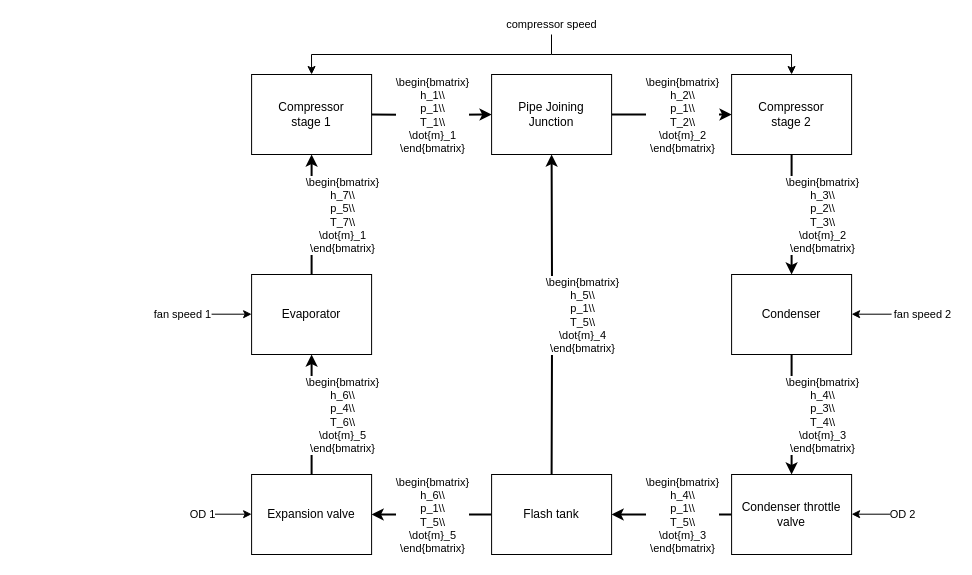
This is Graphics/Block_Diagram.drawio from kasperlaustsen/CA8_Writings, a draw.io file, before an edit. Source tidied: cells renumbered, new cells numbered last; positions are measured from the earlier drawing's top-left corner, leaving out a move shared by most shapes. Both pictures are drawn from the tidied source at 100%, with x=0, y=0 at pixel (211, 34).
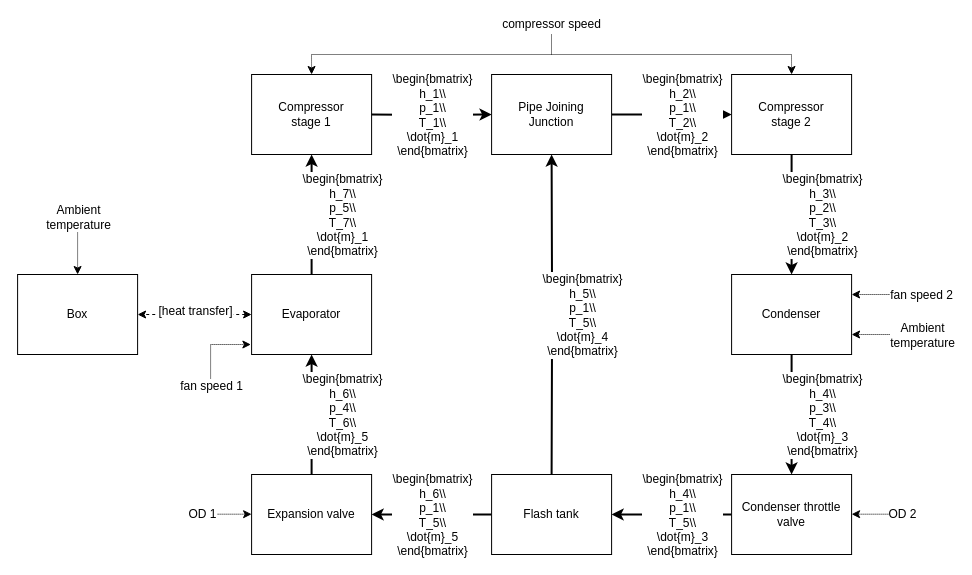
The same diagram, later.

The edit, as a diff of the source:
```diff
@@
-    <mxCell id="2" value="Compressor &lt;br&gt;stage 1" style="rounded=0;whiteSpace=wrap;html=1;" parent="1" vertex="1">
+    <mxCell id="2" value="Compressor &lt;br style=&quot;font-size: 12px;&quot;&gt;stage 1" style="rounded=0;whiteSpace=wrap;html=1;fontSize=12;" parent="1" vertex="1">
       <mxGeometry x="40.1" y="40" width="120" height="80" as="geometry" />
     </mxCell>
-    <mxCell id="3" style="edgeStyle=orthogonalEdgeStyle;rounded=0;jettySize=auto;html=1;strokeWidth=2;" parent="1" edge="1" source="4" target="6">
+    <mxCell id="3" style="edgeStyle=orthogonalEdgeStyle;rounded=0;jettySize=auto;html=1;strokeWidth=2;fontSize=12;" parent="1" edge="1" source="4" target="6">
       <mxGeometry relative="1" as="geometry" />
     </mxCell>
-    <mxCell id="4" value="&lt;span&gt;Compressor &lt;br&gt;stage 2&lt;/span&gt;" style="rounded=0;whiteSpace=wrap;html=1;" parent="1" vertex="1">
+    <mxCell id="4" value="&lt;span style=&quot;font-size: 12px;&quot;&gt;Compressor &lt;br style=&quot;font-size: 12px;&quot;&gt;stage 2&lt;/span&gt;" style="rounded=0;whiteSpace=wrap;html=1;fontSize=12;" parent="1" vertex="1">
       <mxGeometry x="520.1" y="40" width="120" height="80" as="geometry" />
     </mxCell>
-    <mxCell id="5" style="edgeStyle=orthogonalEdgeStyle;rounded=0;jettySize=auto;html=1;entryX=0.5;entryY=0;entryDx=0;entryDy=0;strokeWidth=2;" parent="1" edge="1" source="6" target="8">
+    <mxCell id="5" style="edgeStyle=orthogonalEdgeStyle;rounded=0;jettySize=auto;html=1;entryX=0.5;entryY=0;entryDx=0;entryDy=0;strokeWidth=2;fontSize=12;" parent="1" edge="1" source="6" target="8">
       <mxGeometry relative="1" as="geometry" />
     </mxCell>
-    <mxCell id="6" value="Condenser" style="rounded=0;whiteSpace=wrap;html=1;" parent="1" vertex="1">
+    <mxCell id="6" value="Condenser" style="rounded=0;whiteSpace=wrap;html=1;fontSize=12;" parent="1" vertex="1">
       <mxGeometry x="520.1" y="240" width="120" height="80" as="geometry" />
     </mxCell>
-    <mxCell id="7" style="edgeStyle=orthogonalEdgeStyle;rounded=0;jettySize=auto;html=1;entryX=1;entryY=0.5;entryDx=0;entryDy=0;strokeWidth=2;" parent="1" edge="1" source="8" target="10">
+    <mxCell id="7" style="edgeStyle=orthogonalEdgeStyle;rounded=0;jettySize=auto;html=1;entryX=1;entryY=0.5;entryDx=0;entryDy=0;strokeWidth=2;fontSize=12;" parent="1" edge="1" source="8" target="10">
       <mxGeometry relative="1" as="geometry" />
     </mxCell>
-    <mxCell id="8" value="Condenser throttle valve" style="rounded=0;whiteSpace=wrap;html=1;" parent="1" vertex="1">
+    <mxCell id="8" value="Condenser throttle valve" style="rounded=0;whiteSpace=wrap;html=1;fontSize=12;" parent="1" vertex="1">
       <mxGeometry x="520.1" y="440" width="120" height="80" as="geometry" />
     </mxCell>
-    <mxCell id="9" style="edgeStyle=orthogonalEdgeStyle;rounded=0;jettySize=auto;html=1;entryX=1;entryY=0.5;entryDx=0;entryDy=0;strokeWidth=2;" parent="1" edge="1" source="10" target="14">
+    <mxCell id="9" style="edgeStyle=orthogonalEdgeStyle;rounded=0;jettySize=auto;html=1;entryX=1;entryY=0.5;entryDx=0;entryDy=0;strokeWidth=2;fontSize=12;" parent="1" edge="1" source="10" target="14">
       <mxGeometry relative="1" as="geometry" />
     </mxCell>
-    <mxCell id="10" value="Flash tank" style="rounded=0;whiteSpace=wrap;html=1;" parent="1" vertex="1">
+    <mxCell id="10" value="Flash tank" style="rounded=0;whiteSpace=wrap;html=1;fontSize=12;" parent="1" vertex="1">
       <mxGeometry x="280.1" y="440" width="120" height="80" as="geometry" />
     </mxCell>
-    <mxCell id="11" style="edgeStyle=orthogonalEdgeStyle;rounded=0;jettySize=auto;html=1;entryX=0.5;entryY=1;entryDx=0;entryDy=0;strokeWidth=2;" parent="1" edge="1" source="12" target="2">
+    <mxCell id="11" style="edgeStyle=orthogonalEdgeStyle;rounded=0;jettySize=auto;html=1;entryX=0.5;entryY=1;entryDx=0;entryDy=0;strokeWidth=2;fontSize=12;" parent="1" edge="1" source="12" target="2">
       <mxGeometry relative="1" as="geometry" />
     </mxCell>
-    <mxCell id="12" value="Evaporator" style="rounded=0;whiteSpace=wrap;html=1;" parent="1" vertex="1">
+    <mxCell id="12" value="Evaporator" style="rounded=0;whiteSpace=wrap;html=1;fontSize=12;" parent="1" vertex="1">
       <mxGeometry x="40.1" y="240" width="120" height="80" as="geometry" />
     </mxCell>
-    <mxCell id="13" style="edgeStyle=orthogonalEdgeStyle;rounded=0;jettySize=auto;html=1;entryX=0.5;entryY=1;entryDx=0;entryDy=0;strokeWidth=2;" parent="1" edge="1" source="14" target="12">
+    <mxCell id="13" style="edgeStyle=orthogonalEdgeStyle;rounded=0;jettySize=auto;html=1;entryX=0.5;entryY=1;entryDx=0;entryDy=0;strokeWidth=2;fontSize=12;" parent="1" edge="1" source="14" target="12">
       <mxGeometry relative="1" as="geometry" />
     </mxCell>
-    <mxCell id="14" value="Expansion valve" style="rounded=0;whiteSpace=wrap;html=1;" parent="1" vertex="1">
+    <mxCell id="14" value="Expansion valve" style="rounded=0;whiteSpace=wrap;html=1;fontSize=12;" parent="1" vertex="1">
       <mxGeometry x="40.1" y="440" width="120" height="80" as="geometry" />
     </mxCell>
-    <mxCell id="15" style="endArrow=classic;html=1;rounded=0;entryX=0;entryY=0.5;entryDx=0;entryDy=0;" parent="1" edge="1">
+    <mxCell id="15" style="endArrow=classic;html=1;rounded=0;entryX=-0.006;entryY=0.875;entryDx=0;entryDy=0;fontSize=12;edgeStyle=orthogonalEdgeStyle;entryPerimeter=0;dashed=1;dashPattern=1 1;" parent="1" edge="1" target="12">
       <mxGeometry relative="1" as="geometry">
-        <mxPoint x="0.1" y="279.7" as="sourcePoint" />
-        <mxPoint x="40.1" y="279.7" as="targetPoint" />
+        <mxPoint x="-0.9" y="345" as="sourcePoint" />
+        <Array as="points">
+          <mxPoint x="-0.9" y="310" />
+        </Array>
       </mxGeometry>
     </mxCell>
-    <mxCell id="16" value="fan speed 1" style="edgeLabel;html=1;align=center;verticalAlign=middle;" parent="15" vertex="1">
+    <mxCell id="16" value="fan speed 1" style="edgeLabel;html=1;align=center;verticalAlign=middle;fontSize=12;" parent="15" vertex="1">
       <mxGeometry x="-0.46" y="-1" relative="1" as="geometry">
-        <mxPoint x="-41" y="-1" as="offset" />
+        <mxPoint x="-1" y="26" as="offset" />
       </mxGeometry>
     </mxCell>
-    <mxCell id="17" style="endArrow=classic;html=1;rounded=0;entryX=1;entryY=0.5;entryDx=0;entryDy=0;" parent="1" edge="1">
+    <mxCell id="17" style="endArrow=classic;html=1;rounded=0;entryX=1;entryY=0.25;entryDx=0;entryDy=0;fontSize=12;dashed=1;dashPattern=1 1;" parent="1" edge="1" target="6">
       <mxGeometry relative="1" as="geometry">
-        <mxPoint x="680.1" y="279.7" as="sourcePoint" />
-        <mxPoint x="640.1" y="279.7" as="targetPoint" />
+        <mxPoint x="679.1" y="260" as="sourcePoint" />
       </mxGeometry>
     </mxCell>
-    <mxCell id="18" value="fan speed 2" style="edgeLabel;html=1;align=center;verticalAlign=middle;" parent="17" vertex="1">
+    <mxCell id="18" value="fan speed 2" style="edgeLabel;html=1;align=center;verticalAlign=middle;fontSize=12;" parent="17" vertex="1">
       <mxGeometry x="-0.46" y="-1" relative="1" as="geometry">
         <mxPoint x="41" y="1" as="offset" />
       </mxGeometry>
     </mxCell>
-    <mxCell id="19" style="endArrow=classic;html=1;rounded=0;entryX=0;entryY=0.5;entryDx=0;entryDy=0;" parent="1" edge="1">
+    <mxCell id="19" style="endArrow=classic;html=1;rounded=0;entryX=0;entryY=0.5;entryDx=0;entryDy=0;fontSize=12;dashed=1;dashPattern=1 1;" parent="1" edge="1">
       <mxGeometry relative="1" as="geometry">
         <mxPoint x="0.1" y="479.7" as="sourcePoint" />
         <mxPoint x="40.1" y="479.7" as="targetPoint" />
       </mxGeometry>
     </mxCell>
-    <mxCell id="20" value="OD 1" style="edgeLabel;html=1;align=center;verticalAlign=middle;" parent="19" vertex="1">
+    <mxCell id="20" value="OD 1" style="edgeLabel;html=1;align=center;verticalAlign=middle;fontSize=12;" parent="19" vertex="1">
       <mxGeometry x="-0.46" y="-1" relative="1" as="geometry">
         <mxPoint x="-21" y="-1" as="offset" />
       </mxGeometry>
     </mxCell>
-    <mxCell id="21" style="endArrow=classic;html=1;rounded=0;entryX=1;entryY=0.5;entryDx=0;entryDy=0;" parent="1" edge="1">
+    <mxCell id="21" style="endArrow=classic;html=1;rounded=0;entryX=1;entryY=0.5;entryDx=0;entryDy=0;fontSize=12;dashed=1;dashPattern=1 1;" parent="1" edge="1">
       <mxGeometry relative="1" as="geometry">
         <mxPoint x="680.1" y="479.7" as="sourcePoint" />
         <mxPoint x="640.1" y="479.7" as="targetPoint" />
       </mxGeometry>
     </mxCell>
-    <mxCell id="22" value="OD 2" style="edgeLabel;html=1;align=center;verticalAlign=middle;" parent="21" vertex="1">
+    <mxCell id="22" value="OD 2" style="edgeLabel;html=1;align=center;verticalAlign=middle;fontSize=12;" parent="21" vertex="1">
       <mxGeometry x="-0.46" y="-1" relative="1" as="geometry">
         <mxPoint x="21" y="1" as="offset" />
       </mxGeometry>
     </mxCell>
-    <mxCell id="23" style="endArrow=classic;html=1;rounded=0;entryX=0.5;entryY=0;entryDx=0;entryDy=0;" parent="1" edge="1" target="2">
+    <mxCell id="23" style="endArrow=classic;html=1;rounded=0;entryX=0.5;entryY=0;entryDx=0;entryDy=0;fontSize=12;dashed=1;dashPattern=1 1;" parent="1" edge="1" target="2">
       <mxGeometry relative="1" as="geometry">
         <mxPoint x="340" y="20" as="sourcePoint" />
         <Array as="points">
           <mxPoint x="100" y="20" />
         </Array>
       </mxGeometry>
     </mxCell>
-    <mxCell id="24" style="endArrow=classic;html=1;rounded=0;entryX=0.5;entryY=0;entryDx=0;entryDy=0;" parent="1" edge="1" target="4">
+    <mxCell id="24" style="endArrow=classic;html=1;rounded=0;entryX=0.5;entryY=0;entryDx=0;entryDy=0;fontSize=12;dashed=1;dashPattern=1 1;" parent="1" edge="1" target="4">
       <mxGeometry relative="1" as="geometry">
         <mxPoint x="340" y="20" as="sourcePoint" />
         <Array as="points">
           <mxPoint x="580" y="20" />
         </Array>
       </mxGeometry>
     </mxCell>
-    <mxCell id="25" value="compressor speed" style="edgeStyle=orthogonalEdgeStyle;rounded=0;orthogonalLoop=1;jettySize=auto;html=1;endArrow=none;endFill=0;" parent="1" edge="1">
+    <mxCell id="25" value="compressor speed" style="edgeStyle=orthogonalEdgeStyle;rounded=0;orthogonalLoop=1;jettySize=auto;html=1;endArrow=none;endFill=0;fontSize=12;dashed=1;dashPattern=1 1;" parent="1" edge="1">
       <mxGeometry x="-1" y="-10" relative="1" as="geometry">
         <mxPoint x="340" as="sourcePoint" />
         <mxPoint x="340" y="20" as="targetPoint" />
         <mxPoint x="10" y="-10" as="offset" />
       </mxGeometry>
     </mxCell>
-    <mxCell id="26" style="edgeStyle=orthogonalEdgeStyle;rounded=0;jettySize=auto;html=1;entryX=0;entryY=0.5;entryDx=0;entryDy=0;strokeWidth=2;" parent="1" edge="1" target="30">
+    <mxCell id="26" style="edgeStyle=orthogonalEdgeStyle;rounded=0;jettySize=auto;html=1;entryX=0;entryY=0.5;entryDx=0;entryDy=0;strokeWidth=2;fontSize=12;" parent="1" edge="1" target="30">
       <mxGeometry relative="1" as="geometry">
         <mxPoint x="160.1" y="80" as="sourcePoint" />
       </mxGeometry>
     </mxCell>
-    <mxCell id="27" value="\begin{bmatrix}&lt;br style=&quot;font-size: 11px&quot;&gt;h_1\\&lt;br style=&quot;font-size: 11px&quot;&gt;p_1\\&lt;br style=&quot;font-size: 11px&quot;&gt;T_1\\&lt;br style=&quot;font-size: 11px&quot;&gt;\dot{m}_1&lt;br&gt;\end{bmatrix}" style="edgeLabel;html=1;align=center;verticalAlign=middle;spacing=2;fontSize=11;horizontal=1;" parent="26" vertex="1">
+    <mxCell id="27" value="\begin{bmatrix}&lt;br style=&quot;font-size: 12px;&quot;&gt;h_1\\&lt;br style=&quot;font-size: 12px;&quot;&gt;p_1\\&lt;br style=&quot;font-size: 12px;&quot;&gt;T_1\\&lt;br style=&quot;font-size: 12px;&quot;&gt;\dot{m}_1&lt;br style=&quot;font-size: 12px;&quot;&gt;\end{bmatrix}" style="edgeLabel;html=1;align=center;verticalAlign=middle;spacing=2;fontSize=12;horizontal=1;" parent="26" vertex="1">
       <mxGeometry x="-0.62" y="-1" relative="1" as="geometry">
         <mxPoint x="37" y="-1" as="offset" />
       </mxGeometry>
     </mxCell>
-    <mxCell id="28" style="edgeStyle=orthogonalEdgeStyle;rounded=0;jettySize=auto;html=1;entryX=0.5;entryY=1;entryDx=0;entryDy=0;strokeWidth=2;" parent="1" edge="1" target="30">
+    <mxCell id="28" style="edgeStyle=orthogonalEdgeStyle;rounded=0;jettySize=auto;html=1;entryX=0.5;entryY=1;entryDx=0;entryDy=0;strokeWidth=2;fontSize=12;" parent="1" edge="1" target="30">
       <mxGeometry relative="1" as="geometry">
         <mxPoint x="340.1" y="440" as="sourcePoint" />
       </mxGeometry>
     </mxCell>
-    <mxCell id="29" style="edgeStyle=orthogonalEdgeStyle;rounded=0;jettySize=auto;html=1;strokeWidth=2;" parent="1" edge="1" source="30">
+    <mxCell id="29" style="edgeStyle=orthogonalEdgeStyle;rounded=0;jettySize=auto;html=1;strokeWidth=2;fontSize=12;" parent="1" edge="1" source="30">
       <mxGeometry relative="1" as="geometry">
         <mxPoint x="520.1" y="80" as="targetPoint" />
       </mxGeometry>
     </mxCell>
-    <mxCell id="30" value="Pipe Joining &lt;br&gt;Junction" style="rounded=0;whiteSpace=wrap;html=1;" parent="1" vertex="1">
+    <mxCell id="30" value="Pipe Joining &lt;br style=&quot;font-size: 12px;&quot;&gt;Junction" style="rounded=0;whiteSpace=wrap;html=1;fontSize=12;" parent="1" vertex="1">
       <mxGeometry x="280.1" y="40" width="120" height="80" as="geometry" />
     </mxCell>
-    <mxCell id="31" value="\begin{bmatrix}&lt;br style=&quot;font-size: 11px&quot;&gt;h_2\\&lt;br style=&quot;font-size: 11px&quot;&gt;p_1\\&lt;br style=&quot;font-size: 11px&quot;&gt;T_2\\&lt;br style=&quot;font-size: 11px&quot;&gt;\dot{m}_2&lt;br&gt;\end{bmatrix}" style="edgeLabel;html=1;align=center;verticalAlign=middle;spacing=2;fontSize=11;horizontal=1;" parent="1" vertex="1">
+    <mxCell id="31" value="\begin{bmatrix}&lt;br style=&quot;font-size: 12px;&quot;&gt;h_2\\&lt;br style=&quot;font-size: 12px;&quot;&gt;p_1\\&lt;br style=&quot;font-size: 12px;&quot;&gt;T_2\\&lt;br style=&quot;font-size: 12px;&quot;&gt;\dot{m}_2&lt;br style=&quot;font-size: 12px;&quot;&gt;\end{bmatrix}" style="edgeLabel;html=1;align=center;verticalAlign=middle;spacing=2;fontSize=12;horizontal=1;" parent="1" vertex="1">
       <mxGeometry x="470.1" y="80" as="geometry" />
     </mxCell>
-    <mxCell id="32" value="\begin{bmatrix}&lt;br style=&quot;font-size: 11px&quot;&gt;h_3\\&lt;br style=&quot;font-size: 11px&quot;&gt;p_2\\&lt;br style=&quot;font-size: 11px&quot;&gt;T_3\\&lt;br style=&quot;font-size: 11px&quot;&gt;\dot{m}_2&lt;br&gt;\end{bmatrix}" style="edgeLabel;html=1;align=center;verticalAlign=middle;spacing=2;fontSize=11;horizontal=1;" parent="1" vertex="1">
-      <mxGeometry x="610" y="180" as="geometry" />
+    <mxCell id="32" value="\begin{bmatrix}&lt;br style=&quot;font-size: 12px;&quot;&gt;h_3\\&lt;br style=&quot;font-size: 12px;&quot;&gt;p_2\\&lt;br style=&quot;font-size: 12px;&quot;&gt;T_3\\&lt;br style=&quot;font-size: 12px;&quot;&gt;\dot{m}_2&lt;br style=&quot;font-size: 12px;&quot;&gt;\end{bmatrix}" style="edgeLabel;html=1;align=center;verticalAlign=middle;spacing=2;fontSize=12;horizontal=1;" parent="1" vertex="1">
+      <mxGeometry x="610.1" y="180" as="geometry" />
     </mxCell>
-    <mxCell id="33" value="\begin{bmatrix}&lt;br style=&quot;font-size: 11px&quot;&gt;h_4\\&lt;br style=&quot;font-size: 11px&quot;&gt;p_3\\&lt;br style=&quot;font-size: 11px&quot;&gt;T_4\\&lt;br style=&quot;font-size: 11px&quot;&gt;\dot{m}_3&lt;br&gt;\end{bmatrix}" style="edgeLabel;html=1;align=center;verticalAlign=middle;spacing=2;fontSize=11;horizontal=1;" parent="1" vertex="1">
-      <mxGeometry x="610" y="380" as="geometry" />
+    <mxCell id="33" value="\begin{bmatrix}&lt;br style=&quot;font-size: 12px;&quot;&gt;h_4\\&lt;br style=&quot;font-size: 12px;&quot;&gt;p_3\\&lt;br style=&quot;font-size: 12px;&quot;&gt;T_4\\&lt;br style=&quot;font-size: 12px;&quot;&gt;\dot{m}_3&lt;br style=&quot;font-size: 12px;&quot;&gt;\end{bmatrix}" style="edgeLabel;html=1;align=center;verticalAlign=middle;spacing=2;fontSize=12;horizontal=1;" parent="1" vertex="1">
+      <mxGeometry x="610.1" y="380" as="geometry" />
     </mxCell>
-    <mxCell id="34" value="\begin{bmatrix}&lt;br style=&quot;font-size: 11px&quot;&gt;h_4\\&lt;br style=&quot;font-size: 11px&quot;&gt;p_1\\&lt;br style=&quot;font-size: 11px&quot;&gt;T_5\\&lt;br style=&quot;font-size: 11px&quot;&gt;\dot{m}_3&lt;br&gt;\end{bmatrix}" style="edgeLabel;html=1;align=center;verticalAlign=middle;spacing=2;fontSize=11;horizontal=1;" parent="1" vertex="1">
+    <mxCell id="34" value="\begin{bmatrix}&lt;br style=&quot;font-size: 12px;&quot;&gt;h_4\\&lt;br style=&quot;font-size: 12px;&quot;&gt;p_1\\&lt;br style=&quot;font-size: 12px;&quot;&gt;T_5\\&lt;br style=&quot;font-size: 12px;&quot;&gt;\dot{m}_3&lt;br style=&quot;font-size: 12px;&quot;&gt;\end{bmatrix}" style="edgeLabel;html=1;align=center;verticalAlign=middle;spacing=2;fontSize=12;horizontal=1;" parent="1" vertex="1">
       <mxGeometry x="470.1" y="480" as="geometry" />
     </mxCell>
-    <mxCell id="35" value="\begin{bmatrix}&lt;br style=&quot;font-size: 11px&quot;&gt;h_5\\&lt;br style=&quot;font-size: 11px&quot;&gt;p_1\\&lt;br style=&quot;font-size: 11px&quot;&gt;T_5\\&lt;br style=&quot;font-size: 11px&quot;&gt;\dot{m}_4&lt;br&gt;\end{bmatrix}" style="edgeLabel;html=1;align=center;verticalAlign=middle;spacing=2;fontSize=11;horizontal=1;" parent="1" vertex="1">
+    <mxCell id="35" value="\begin{bmatrix}&lt;br style=&quot;font-size: 12px;&quot;&gt;h_5\\&lt;br style=&quot;font-size: 12px;&quot;&gt;p_1\\&lt;br style=&quot;font-size: 12px;&quot;&gt;T_5\\&lt;br style=&quot;font-size: 12px;&quot;&gt;\dot{m}_4&lt;br style=&quot;font-size: 12px;&quot;&gt;\end{bmatrix}" style="edgeLabel;html=1;align=center;verticalAlign=middle;spacing=2;fontSize=12;horizontal=1;" parent="1" vertex="1">
       <mxGeometry x="370.1" y="280" as="geometry" />
     </mxCell>
-    <mxCell id="36" value="\begin{bmatrix}&lt;br style=&quot;font-size: 11px&quot;&gt;h_6\\&lt;br style=&quot;font-size: 11px&quot;&gt;p_1\\&lt;br style=&quot;font-size: 11px&quot;&gt;T_5\\&lt;br style=&quot;font-size: 11px&quot;&gt;\dot{m}_5&lt;br&gt;\end{bmatrix}" style="edgeLabel;html=1;align=center;verticalAlign=middle;spacing=2;fontSize=11;horizontal=1;" parent="1" vertex="1">
-      <mxGeometry x="220" y="480" as="geometry" />
+    <mxCell id="36" value="\begin{bmatrix}&lt;br style=&quot;font-size: 12px;&quot;&gt;h_6\\&lt;br style=&quot;font-size: 12px;&quot;&gt;p_1\\&lt;br style=&quot;font-size: 12px;&quot;&gt;T_5\\&lt;br style=&quot;font-size: 12px;&quot;&gt;\dot{m}_5&lt;br style=&quot;font-size: 12px;&quot;&gt;\end{bmatrix}" style="edgeLabel;html=1;align=center;verticalAlign=middle;spacing=2;fontSize=12;horizontal=1;" parent="1" vertex="1">
+      <mxGeometry x="220.1" y="480" as="geometry" />
     </mxCell>
-    <mxCell id="37" value="\begin{bmatrix}&lt;br style=&quot;font-size: 11px&quot;&gt;h_6\\&lt;br style=&quot;font-size: 11px&quot;&gt;p_4\\&lt;br style=&quot;font-size: 11px&quot;&gt;T_6\\&lt;br style=&quot;font-size: 11px&quot;&gt;\dot{m}_5&lt;br&gt;\end{bmatrix}" style="edgeLabel;html=1;align=center;verticalAlign=middle;spacing=2;fontSize=11;horizontal=1;" parent="1" vertex="1">
-      <mxGeometry x="130" y="380" as="geometry" />
+    <mxCell id="37" value="\begin{bmatrix}&lt;br style=&quot;font-size: 12px;&quot;&gt;h_6\\&lt;br style=&quot;font-size: 12px;&quot;&gt;p_4\\&lt;br style=&quot;font-size: 12px;&quot;&gt;T_6\\&lt;br style=&quot;font-size: 12px;&quot;&gt;\dot{m}_5&lt;br style=&quot;font-size: 12px;&quot;&gt;\end{bmatrix}" style="edgeLabel;html=1;align=center;verticalAlign=middle;spacing=2;fontSize=12;horizontal=1;" parent="1" vertex="1">
+      <mxGeometry x="130.1" y="380" as="geometry" />
     </mxCell>
-    <mxCell id="38" value="\begin{bmatrix}&lt;br style=&quot;font-size: 11px&quot;&gt;h_7\\&lt;br style=&quot;font-size: 11px&quot;&gt;p_5\\&lt;br style=&quot;font-size: 11px&quot;&gt;T_7\\&lt;br style=&quot;font-size: 11px&quot;&gt;\dot{m}_1&lt;br&gt;\end{bmatrix}" style="edgeLabel;html=1;align=center;verticalAlign=middle;spacing=2;fontSize=11;horizontal=1;" parent="1" vertex="1">
-      <mxGeometry x="130" y="180" as="geometry" />
+    <mxCell id="38" value="\begin{bmatrix}&lt;br style=&quot;font-size: 12px;&quot;&gt;h_7\\&lt;br style=&quot;font-size: 12px;&quot;&gt;p_5\\&lt;br style=&quot;font-size: 12px;&quot;&gt;T_7\\&lt;br style=&quot;font-size: 12px;&quot;&gt;\dot{m}_1&lt;br style=&quot;font-size: 12px;&quot;&gt;\end{bmatrix}" style="edgeLabel;html=1;align=center;verticalAlign=middle;spacing=2;fontSize=12;horizontal=1;" parent="1" vertex="1">
+      <mxGeometry x="130.1" y="180" as="geometry" />
     </mxCell>
+    <mxCell id="39" value="Box" style="rounded=0;whiteSpace=wrap;html=1;fontSize=12;" parent="1" vertex="1">
+      <mxGeometry x="-193.9" y="240" width="120" height="80" as="geometry" />
+    </mxCell>
+    <mxCell id="40" style="endArrow=classic;html=1;rounded=0;fontSize=12;exitX=0;exitY=0.5;exitDx=0;exitDy=0;entryX=1;entryY=0.5;entryDx=0;entryDy=0;dashed=1;startArrow=classic;startFill=1;" parent="1" edge="1" source="12" target="39">
+      <mxGeometry relative="1" as="geometry" />
+    </mxCell>
+    <mxCell id="41" value="[heat transfer]" style="edgeLabel;html=1;align=center;verticalAlign=middle;fontSize=12;" parent="40" vertex="1">
+      <mxGeometry y="-4" relative="1" as="geometry" />
+    </mxCell>
+    <mxCell id="42" style="endArrow=classic;html=1;rounded=0;entryX=1;entryY=0.75;entryDx=0;entryDy=0;fontSize=12;dashed=1;dashPattern=1 1;" parent="1" edge="1" target="6">
+      <mxGeometry relative="1" as="geometry">
+        <mxPoint x="680.1" y="300" as="sourcePoint" />
+      </mxGeometry>
+    </mxCell>
+    <mxCell id="43" value="Ambient&lt;br&gt;temperature" style="edgeLabel;html=1;align=center;verticalAlign=middle;fontSize=12;" parent="42" vertex="1">
+      <mxGeometry x="-0.46" y="-1" relative="1" as="geometry">
+        <mxPoint x="41" y="1" as="offset" />
+      </mxGeometry>
+    </mxCell>
+    <mxCell id="44" style="endArrow=classic;html=1;rounded=0;entryX=0.5;entryY=0;entryDx=0;entryDy=0;fontSize=12;dashed=1;dashPattern=1 1;" parent="1" edge="1" target="39">
+      <mxGeometry relative="1" as="geometry">
+        <mxPoint x="-133.9" y="195" as="sourcePoint" />
+      </mxGeometry>
+    </mxCell>
+    <mxCell id="45" value="Ambient&lt;br&gt;temperature" style="edgeLabel;html=1;align=center;verticalAlign=middle;fontSize=12;" parent="44" vertex="1">
+      <mxGeometry x="-0.46" y="-1" relative="1" as="geometry">
+        <mxPoint x="1" y="-25" as="offset" />
+      </mxGeometry>
+    </mxCell>
```
